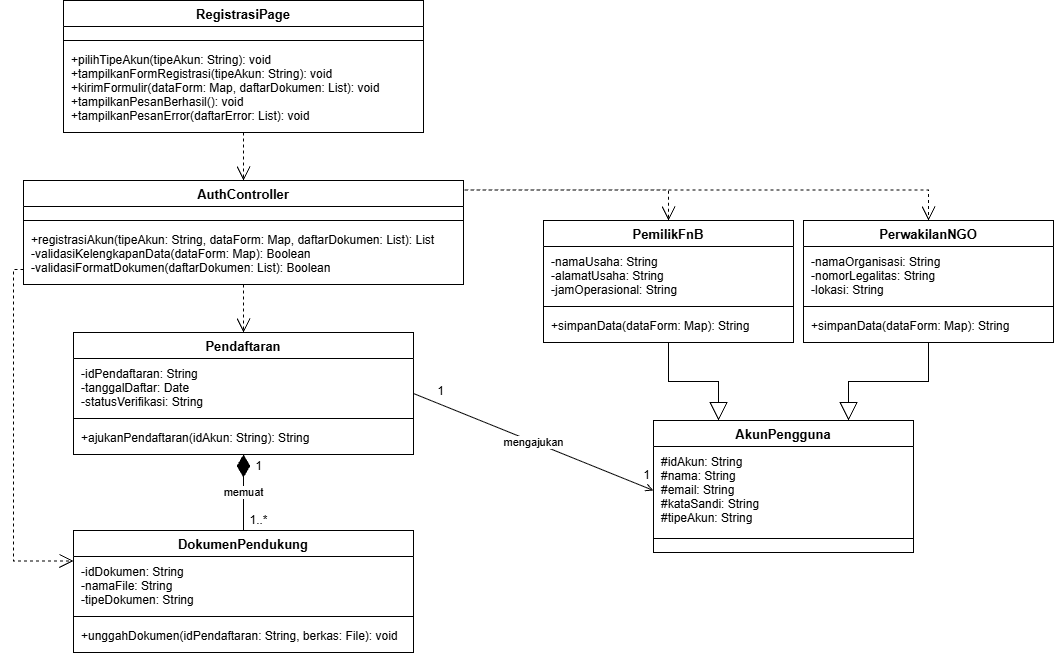
Edbertf/IF2150-RPL-K03-G08 keeps this draw.io diagram as docs/M7/assets/diagram/Gambar 3.1.3. Diagram Kelas Melakukan Registrasi Akun.png. Above is the earlier version. Source tidied: cells renumbered, new cells last; positions are measured from the earlier drawing's top-left corner, leaving out a move shared by most shapes. Source of this version:
```xml
<mxGraphModel>
  <root>
    <mxCell id="0" />
    <mxCell id="1" parent="0" />
    <mxCell id="2" value="RegistrasiPage" style="swimlane;fontStyle=1;align=center;verticalAlign=top;horizontal=1;startSize=26;fillColor=#FFFFFF;strokeColor=#000000;fontColor=#000000;swimlaneFillColor=#FFFFFF;fontSize=13;" parent="1" vertex="1">
      <mxGeometry x="40" width="360" height="132" as="geometry" />
    </mxCell>
    <mxCell id="3" style="text;strokeColor=none;fillColor=none;align=left;verticalAlign=top;spacingLeft=6;spacingRight=4;spacingTop=2;overflow=hidden;fontSize=12;" parent="2" vertex="1">
      <mxGeometry y="26" width="360" height="10" as="geometry" />
    </mxCell>
    <mxCell id="4" style="line;strokeWidth=1;fillColor=none;align=left;verticalAlign=middle;spacingTop=-1;spacingLeft=3;spacingRight=3;labelPosition=right;strokeColor=inherit;" parent="2" vertex="1">
      <mxGeometry y="36" width="360" height="8" as="geometry" />
    </mxCell>
    <mxCell id="5" value="+pilihTipeAkun(tipeAkun: String): void&#10;+tampilkanFormRegistrasi(tipeAkun: String): void&#10;+kirimFormulir(dataForm: Map, daftarDokumen: List): void&#10;+tampilkanPesanBerhasil(): void&#10;+tampilkanPesanError(daftarError: List): void" style="text;strokeColor=none;fillColor=none;align=left;verticalAlign=top;spacingLeft=6;spacingRight=4;spacingTop=2;overflow=hidden;fontSize=12;" parent="2" vertex="1">
      <mxGeometry y="44" width="360" height="88" as="geometry" />
    </mxCell>
    <mxCell id="6" value="AuthController" style="swimlane;fontStyle=1;align=center;verticalAlign=top;horizontal=1;startSize=26;fillColor=#FFFFFF;strokeColor=#000000;fontColor=#000000;swimlaneFillColor=#FFFFFF;fontSize=13;" parent="1" vertex="1">
      <mxGeometry y="180" width="440" height="104" as="geometry" />
    </mxCell>
    <mxCell id="7" style="text;strokeColor=none;fillColor=none;align=left;verticalAlign=top;spacingLeft=6;spacingRight=4;spacingTop=2;overflow=hidden;fontSize=12;" parent="6" vertex="1">
      <mxGeometry y="26" width="440" height="10" as="geometry" />
    </mxCell>
    <mxCell id="8" style="line;strokeWidth=1;fillColor=none;align=left;verticalAlign=middle;spacingTop=-1;spacingLeft=3;spacingRight=3;labelPosition=right;strokeColor=inherit;" parent="6" vertex="1">
      <mxGeometry y="36" width="440" height="8" as="geometry" />
    </mxCell>
    <mxCell id="9" value="+registrasiAkun(tipeAkun: String, dataForm: Map, daftarDokumen: List): List&#10;-validasiKelengkapanData(dataForm: Map): Boolean&#10;-validasiFormatDokumen(daftarDokumen: List): Boolean" style="text;strokeColor=none;fillColor=none;align=left;verticalAlign=top;spacingLeft=6;spacingRight=4;spacingTop=2;overflow=hidden;fontSize=12;" parent="6" vertex="1">
      <mxGeometry y="44" width="440" height="60" as="geometry" />
    </mxCell>
    <mxCell id="10" value="Pendaftaran" style="swimlane;fontStyle=1;align=center;verticalAlign=top;horizontal=1;startSize=26;fillColor=#FFFFFF;strokeColor=#000000;fontColor=#000000;swimlaneFillColor=#FFFFFF;fontSize=13;" parent="1" vertex="1">
      <mxGeometry x="50" y="332" width="340" height="122" as="geometry" />
    </mxCell>
    <mxCell id="11" value="-idPendaftaran: String&#10;-tanggalDaftar: Date&#10;-statusVerifikasi: String" style="text;strokeColor=none;fillColor=none;align=left;verticalAlign=top;spacingLeft=6;spacingRight=4;spacingTop=2;overflow=hidden;fontSize=12;" parent="10" vertex="1">
      <mxGeometry y="26" width="340" height="56" as="geometry" />
    </mxCell>
    <mxCell id="12" style="line;strokeWidth=1;fillColor=none;align=left;verticalAlign=middle;spacingTop=-1;spacingLeft=3;spacingRight=3;labelPosition=right;strokeColor=inherit;" parent="10" vertex="1">
      <mxGeometry y="82" width="340" height="8" as="geometry" />
    </mxCell>
    <mxCell id="13" value="+ajukanPendaftaran(idAkun: String): String" style="text;strokeColor=none;fillColor=none;align=left;verticalAlign=top;spacingLeft=6;spacingRight=4;spacingTop=2;overflow=hidden;fontSize=12;" parent="10" vertex="1">
      <mxGeometry y="90" width="340" height="32" as="geometry" />
    </mxCell>
    <mxCell id="14" value="PemilikFnB" style="swimlane;fontStyle=1;align=center;verticalAlign=top;horizontal=1;startSize=26;fillColor=#FFFFFF;strokeColor=#000000;fontColor=#000000;swimlaneFillColor=#FFFFFF;fontSize=13;" parent="1" vertex="1">
      <mxGeometry x="520" y="220" width="250" height="122" as="geometry" />
    </mxCell>
    <mxCell id="15" value="-namaUsaha: String&#10;-alamatUsaha: String&#10;-jamOperasional: String" style="text;strokeColor=none;fillColor=none;align=left;verticalAlign=top;spacingLeft=6;spacingRight=4;spacingTop=2;overflow=hidden;fontSize=12;" parent="14" vertex="1">
      <mxGeometry y="26" width="250" height="56" as="geometry" />
    </mxCell>
    <mxCell id="16" style="line;strokeWidth=1;fillColor=none;align=left;verticalAlign=middle;spacingTop=-1;spacingLeft=3;spacingRight=3;labelPosition=right;strokeColor=inherit;" parent="14" vertex="1">
      <mxGeometry y="82" width="250" height="8" as="geometry" />
    </mxCell>
    <mxCell id="17" value="+simpanData(dataForm: Map): String" style="text;strokeColor=none;fillColor=none;align=left;verticalAlign=top;spacingLeft=6;spacingRight=4;spacingTop=2;overflow=hidden;fontSize=12;" parent="14" vertex="1">
      <mxGeometry y="90" width="250" height="32" as="geometry" />
    </mxCell>
    <mxCell id="18" value="PerwakilanNGO" style="swimlane;fontStyle=1;align=center;verticalAlign=top;horizontal=1;startSize=26;fillColor=#FFFFFF;strokeColor=#000000;fontColor=#000000;swimlaneFillColor=#FFFFFF;fontSize=13;" parent="1" vertex="1">
      <mxGeometry x="780" y="220" width="250" height="122" as="geometry" />
    </mxCell>
    <mxCell id="19" value="-namaOrganisasi: String&#10;-nomorLegalitas: String&#10;-lokasi: String" style="text;strokeColor=none;fillColor=none;align=left;verticalAlign=top;spacingLeft=6;spacingRight=4;spacingTop=2;overflow=hidden;fontSize=12;" parent="18" vertex="1">
      <mxGeometry y="26" width="250" height="56" as="geometry" />
    </mxCell>
    <mxCell id="20" style="line;strokeWidth=1;fillColor=none;align=left;verticalAlign=middle;spacingTop=-1;spacingLeft=3;spacingRight=3;labelPosition=right;strokeColor=inherit;" parent="18" vertex="1">
      <mxGeometry y="82" width="250" height="8" as="geometry" />
    </mxCell>
    <mxCell id="21" value="+simpanData(dataForm: Map): String" style="text;strokeColor=none;fillColor=none;align=left;verticalAlign=top;spacingLeft=6;spacingRight=4;spacingTop=2;overflow=hidden;fontSize=12;" parent="18" vertex="1">
      <mxGeometry y="90" width="250" height="32" as="geometry" />
    </mxCell>
    <mxCell id="22" value="DokumenPendukung" style="swimlane;fontStyle=1;align=center;verticalAlign=top;horizontal=1;startSize=26;fillColor=#FFFFFF;strokeColor=#000000;fontColor=#000000;swimlaneFillColor=#FFFFFF;fontSize=13;" parent="1" vertex="1">
      <mxGeometry x="50" y="530" width="340" height="122" as="geometry" />
    </mxCell>
    <mxCell id="23" value="-idDokumen: String&#10;-namaFile: String&#10;-tipeDokumen: String" style="text;strokeColor=none;fillColor=none;align=left;verticalAlign=top;spacingLeft=6;spacingRight=4;spacingTop=2;overflow=hidden;fontSize=12;" parent="22" vertex="1">
      <mxGeometry y="26" width="340" height="56" as="geometry" />
    </mxCell>
    <mxCell id="24" style="line;strokeWidth=1;fillColor=none;align=left;verticalAlign=middle;spacingTop=-1;spacingLeft=3;spacingRight=3;labelPosition=right;strokeColor=inherit;" parent="22" vertex="1">
      <mxGeometry y="82" width="340" height="8" as="geometry" />
    </mxCell>
    <mxCell id="25" value="+unggahDokumen(idPendaftaran: String, berkas: File): void" style="text;strokeColor=none;fillColor=none;align=left;verticalAlign=top;spacingLeft=6;spacingRight=4;spacingTop=2;overflow=hidden;fontSize=12;" parent="22" vertex="1">
      <mxGeometry y="90" width="340" height="32" as="geometry" />
    </mxCell>
    <mxCell id="26" value="AkunPengguna" style="swimlane;fontStyle=1;align=center;verticalAlign=top;horizontal=1;startSize=26;fillColor=#FFFFFF;strokeColor=#000000;fontColor=#000000;swimlaneFillColor=#FFFFFF;fontSize=13;" parent="1" vertex="1">
      <mxGeometry x="630" y="420" width="260" height="132" as="geometry" />
    </mxCell>
    <mxCell id="27" value="#idAkun: String&#10;#nama: String&#10;#email: String&#10;#kataSandi: String&#10;#tipeAkun: String" style="text;strokeColor=none;fillColor=none;align=left;verticalAlign=top;spacingLeft=6;spacingRight=4;spacingTop=2;overflow=hidden;fontSize=12;" parent="26" vertex="1">
      <mxGeometry y="26" width="260" height="88" as="geometry" />
    </mxCell>
    <mxCell id="28" style="line;strokeWidth=1;fillColor=none;align=left;verticalAlign=middle;spacingTop=-1;spacingLeft=3;spacingRight=3;labelPosition=right;strokeColor=inherit;" parent="26" vertex="1">
      <mxGeometry y="114" width="260" height="8" as="geometry" />
    </mxCell>
    <mxCell id="29" style="text;strokeColor=none;fillColor=none;align=left;verticalAlign=top;spacingLeft=6;spacingRight=4;spacingTop=2;overflow=hidden;fontSize=12;" parent="26" vertex="1">
      <mxGeometry y="122" width="260" height="10" as="geometry" />
    </mxCell>
    <mxCell id="30" style="endArrow=open;endSize=12;dashed=1;html=1;rounded=0;exitX=0.5;exitY=1;exitDx=0;exitDy=0;entryX=0.5;entryY=0;entryDx=0;entryDy=0;strokeColor=#000000;" parent="1" edge="1" source="5" target="6">
      <mxGeometry relative="1" as="geometry" />
    </mxCell>
    <mxCell id="31" style="endArrow=open;endSize=12;dashed=1;html=1;rounded=0;exitX=1.004;exitY=0.091;exitDx=0;exitDy=0;entryX=0.5;entryY=0;entryDx=0;entryDy=0;strokeColor=#000000;edgeStyle=orthogonalEdgeStyle;exitPerimeter=0;" parent="1" edge="1" source="6" target="14">
      <mxGeometry relative="1" as="geometry" />
    </mxCell>
    <mxCell id="32" style="endArrow=open;endSize=12;dashed=1;html=1;rounded=0;exitX=1.002;exitY=0.091;exitDx=0;exitDy=0;entryX=0.5;entryY=0;entryDx=0;entryDy=0;strokeColor=#000000;edgeStyle=orthogonalEdgeStyle;exitPerimeter=0;" parent="1" edge="1" source="6" target="18">
      <mxGeometry relative="1" as="geometry" />
    </mxCell>
    <mxCell id="33" style="endArrow=open;endSize=12;dashed=1;html=1;rounded=0;exitX=0.5;exitY=1;exitDx=0;exitDy=0;entryX=0.5;entryY=0;entryDx=0;entryDy=0;strokeColor=#000000;" parent="1" edge="1" source="6" target="10">
      <mxGeometry relative="1" as="geometry" />
    </mxCell>
    <mxCell id="34" style="endArrow=open;endSize=12;dashed=1;html=1;rounded=0;exitX=0;exitY=0.75;exitDx=0;exitDy=0;entryX=0;entryY=0.25;entryDx=0;entryDy=0;strokeColor=#000000;edgeStyle=orthogonalEdgeStyle;" parent="1" edge="1" source="9" target="22">
      <mxGeometry relative="1" as="geometry" />
    </mxCell>
    <mxCell id="35" style="endArrow=block;endSize=16;endFill=0;html=1;rounded=0;edgeStyle=orthogonalEdgeStyle;exitX=0.5;exitY=1;exitDx=0;exitDy=0;entryX=0.25;entryY=0;entryDx=0;entryDy=0;strokeColor=#000000;" parent="1" edge="1" source="14" target="26">
      <mxGeometry relative="1" as="geometry" />
    </mxCell>
    <mxCell id="36" style="endArrow=block;endSize=16;endFill=0;html=1;rounded=0;edgeStyle=orthogonalEdgeStyle;exitX=0.5;exitY=1;exitDx=0;exitDy=0;entryX=0.75;entryY=0;entryDx=0;entryDy=0;strokeColor=#000000;" parent="1" edge="1" source="18" target="26">
      <mxGeometry relative="1" as="geometry" />
    </mxCell>
    <mxCell id="37" value="memuat" style="endArrow=diamondThin;endFill=1;endSize=20;html=1;rounded=0;edgeStyle=orthogonalEdgeStyle;exitX=0.5;exitY=0;exitDx=0;exitDy=0;entryX=0.5;entryY=1;entryDx=0;entryDy=0;fontSize=11;labelBackgroundColor=#FFFFFF;strokeColor=#000000;" parent="1" edge="1" source="22" target="10">
      <mxGeometry relative="1" as="geometry" />
    </mxCell>
    <mxCell id="38" value="1..*" style="edgeLabel;html=1;align=center;verticalAlign=middle;fontSize=12;" parent="37" vertex="1">
      <mxGeometry x="-0.7" y="-14" relative="1" as="geometry" />
    </mxCell>
    <mxCell id="39" value="1" style="edgeLabel;html=1;align=center;verticalAlign=middle;fontSize=12;" parent="37" vertex="1">
      <mxGeometry x="0.7" y="-14" relative="1" as="geometry" />
    </mxCell>
    <mxCell id="40" value="mengajukan" style="endArrow=none;html=1;rounded=0;exitX=0;exitY=0.5;exitDx=0;exitDy=0;entryX=1;entryY=0.5;entryDx=0;entryDy=0;fontSize=11;labelBackgroundColor=#FFFFFF;strokeColor=#000000;startArrow=open;startFill=0;" parent="1" edge="1" source="27" target="10">
      <mxGeometry relative="1" as="geometry" />
    </mxCell>
    <mxCell id="41" value="1" style="edgeLabel;html=1;align=center;verticalAlign=middle;fontSize=12;" parent="40" vertex="1">
      <mxGeometry x="-0.9" y="-12" relative="1" as="geometry" />
    </mxCell>
    <mxCell id="42" value="1" style="edgeLabel;html=1;align=center;verticalAlign=middle;fontSize=12;" parent="40" vertex="1">
      <mxGeometry x="0.82" y="-12" relative="1" as="geometry" />
    </mxCell>
  </root>
</mxGraphModel>
```
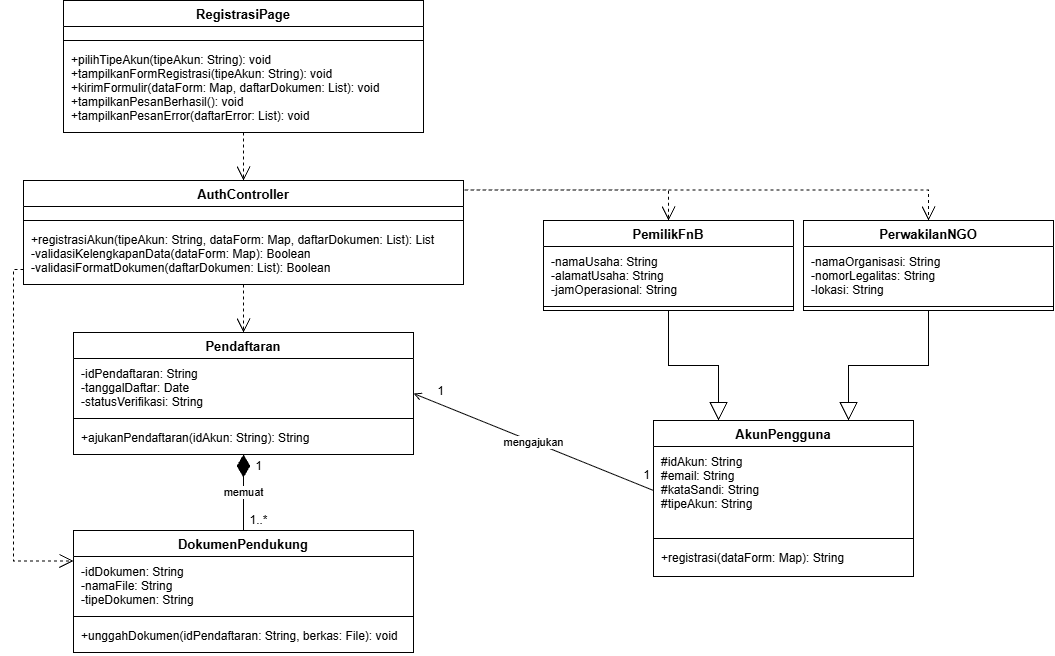
After the change.

Diff of the diagram source:
```diff
@@ -39,7 +39,7 @@
       <mxGeometry y="90" width="340" height="32" as="geometry" />
     </mxCell>
     <mxCell id="14" value="PemilikFnB" style="swimlane;fontStyle=1;align=center;verticalAlign=top;horizontal=1;startSize=26;fillColor=#FFFFFF;strokeColor=#000000;fontColor=#000000;swimlaneFillColor=#FFFFFF;fontSize=13;" parent="1" vertex="1">
-      <mxGeometry x="520" y="220" width="250" height="122" as="geometry" />
+      <mxGeometry x="520" y="220" width="250" height="90" as="geometry" />
     </mxCell>
     <mxCell id="15" value="-namaUsaha: String&#10;-alamatUsaha: String&#10;-jamOperasional: String" style="text;strokeColor=none;fillColor=none;align=left;verticalAlign=top;spacingLeft=6;spacingRight=4;spacingTop=2;overflow=hidden;fontSize=12;" parent="14" vertex="1">
       <mxGeometry y="26" width="250" height="56" as="geometry" />
@@ -47,11 +47,8 @@
     <mxCell id="16" style="line;strokeWidth=1;fillColor=none;align=left;verticalAlign=middle;spacingTop=-1;spacingLeft=3;spacingRight=3;labelPosition=right;strokeColor=inherit;" parent="14" vertex="1">
       <mxGeometry y="82" width="250" height="8" as="geometry" />
     </mxCell>
-    <mxCell id="17" value="+simpanData(dataForm: Map): String" style="text;strokeColor=none;fillColor=none;align=left;verticalAlign=top;spacingLeft=6;spacingRight=4;spacingTop=2;overflow=hidden;fontSize=12;" parent="14" vertex="1">
-      <mxGeometry y="90" width="250" height="32" as="geometry" />
-    </mxCell>
     <mxCell id="18" value="PerwakilanNGO" style="swimlane;fontStyle=1;align=center;verticalAlign=top;horizontal=1;startSize=26;fillColor=#FFFFFF;strokeColor=#000000;fontColor=#000000;swimlaneFillColor=#FFFFFF;fontSize=13;" parent="1" vertex="1">
-      <mxGeometry x="780" y="220" width="250" height="122" as="geometry" />
+      <mxGeometry x="780" y="220" width="250" height="90" as="geometry" />
     </mxCell>
     <mxCell id="19" value="-namaOrganisasi: String&#10;-nomorLegalitas: String&#10;-lokasi: String" style="text;strokeColor=none;fillColor=none;align=left;verticalAlign=top;spacingLeft=6;spacingRight=4;spacingTop=2;overflow=hidden;fontSize=12;" parent="18" vertex="1">
       <mxGeometry y="26" width="250" height="56" as="geometry" />
@@ -59,9 +56,6 @@
     <mxCell id="20" style="line;strokeWidth=1;fillColor=none;align=left;verticalAlign=middle;spacingTop=-1;spacingLeft=3;spacingRight=3;labelPosition=right;strokeColor=inherit;" parent="18" vertex="1">
       <mxGeometry y="82" width="250" height="8" as="geometry" />
     </mxCell>
-    <mxCell id="21" value="+simpanData(dataForm: Map): String" style="text;strokeColor=none;fillColor=none;align=left;verticalAlign=top;spacingLeft=6;spacingRight=4;spacingTop=2;overflow=hidden;fontSize=12;" parent="18" vertex="1">
-      <mxGeometry y="90" width="250" height="32" as="geometry" />
-    </mxCell>
     <mxCell id="22" value="DokumenPendukung" style="swimlane;fontStyle=1;align=center;verticalAlign=top;horizontal=1;startSize=26;fillColor=#FFFFFF;strokeColor=#000000;fontColor=#000000;swimlaneFillColor=#FFFFFF;fontSize=13;" parent="1" vertex="1">
       <mxGeometry x="50" y="530" width="340" height="122" as="geometry" />
     </mxCell>
@@ -75,16 +69,16 @@
       <mxGeometry y="90" width="340" height="32" as="geometry" />
     </mxCell>
     <mxCell id="26" value="AkunPengguna" style="swimlane;fontStyle=1;align=center;verticalAlign=top;horizontal=1;startSize=26;fillColor=#FFFFFF;strokeColor=#000000;fontColor=#000000;swimlaneFillColor=#FFFFFF;fontSize=13;" parent="1" vertex="1">
-      <mxGeometry x="630" y="420" width="260" height="132" as="geometry" />
+      <mxGeometry x="630" y="420" width="260" height="156" as="geometry" />
     </mxCell>
-    <mxCell id="27" value="#idAkun: String&#10;#nama: String&#10;#email: String&#10;#kataSandi: String&#10;#tipeAkun: String" style="text;strokeColor=none;fillColor=none;align=left;verticalAlign=top;spacingLeft=6;spacingRight=4;spacingTop=2;overflow=hidden;fontSize=12;" parent="26" vertex="1">
+    <mxCell id="27" value="#idAkun: String&#10;#email: String&#10;#kataSandi: String&#10;#tipeAkun: String" style="text;strokeColor=none;fillColor=none;align=left;verticalAlign=top;spacingLeft=6;spacingRight=4;spacingTop=2;overflow=hidden;fontSize=12;" parent="26" vertex="1">
       <mxGeometry y="26" width="260" height="88" as="geometry" />
     </mxCell>
     <mxCell id="28" style="line;strokeWidth=1;fillColor=none;align=left;verticalAlign=middle;spacingTop=-1;spacingLeft=3;spacingRight=3;labelPosition=right;strokeColor=inherit;" parent="26" vertex="1">
       <mxGeometry y="114" width="260" height="8" as="geometry" />
     </mxCell>
-    <mxCell id="29" style="text;strokeColor=none;fillColor=none;align=left;verticalAlign=top;spacingLeft=6;spacingRight=4;spacingTop=2;overflow=hidden;fontSize=12;" parent="26" vertex="1">
-      <mxGeometry y="122" width="260" height="10" as="geometry" />
+    <mxCell id="29" value="+registrasi(dataForm: Map): String" style="text;strokeColor=none;fillColor=none;align=left;verticalAlign=top;spacingLeft=6;spacingRight=4;spacingTop=2;overflow=hidden;fontSize=12;" parent="26" vertex="1">
+      <mxGeometry y="122" width="260" height="34" as="geometry" />
     </mxCell>
     <mxCell id="30" style="endArrow=open;endSize=12;dashed=1;html=1;rounded=0;exitX=0.5;exitY=1;exitDx=0;exitDy=0;entryX=0.5;entryY=0;entryDx=0;entryDy=0;strokeColor=#000000;" parent="1" edge="1" source="5" target="6">
       <mxGeometry relative="1" as="geometry" />
@@ -116,7 +110,7 @@
     <mxCell id="39" value="1" style="edgeLabel;html=1;align=center;verticalAlign=middle;fontSize=12;" parent="37" vertex="1">
       <mxGeometry x="0.7" y="-14" relative="1" as="geometry" />
     </mxCell>
-    <mxCell id="40" value="mengajukan" style="endArrow=none;html=1;rounded=0;exitX=0;exitY=0.5;exitDx=0;exitDy=0;entryX=1;entryY=0.5;entryDx=0;entryDy=0;fontSize=11;labelBackgroundColor=#FFFFFF;strokeColor=#000000;startArrow=open;startFill=0;" parent="1" edge="1" source="27" target="10">
+    <mxCell id="40" value="mengajukan" style="endArrow=open;html=1;rounded=0;exitX=0;exitY=0.5;exitDx=0;exitDy=0;entryX=1;entryY=0.5;entryDx=0;entryDy=0;fontSize=11;labelBackgroundColor=#FFFFFF;strokeColor=#000000;startArrow=none;startFill=0;endFill=0;" parent="1" edge="1" source="27" target="10">
       <mxGeometry relative="1" as="geometry" />
     </mxCell>
     <mxCell id="41" value="1" style="edgeLabel;html=1;align=center;verticalAlign=middle;fontSize=12;" parent="40" vertex="1">
```
